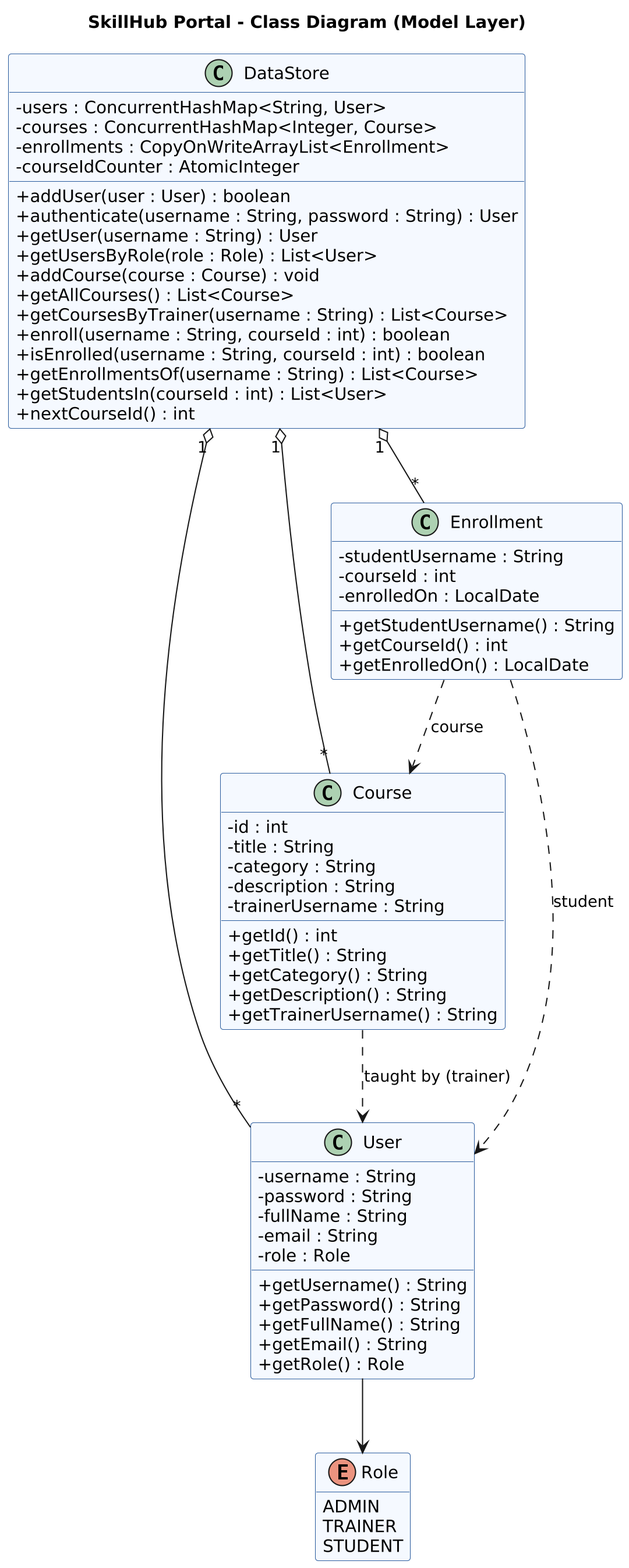
This is project/diagrams/03_class_diagram.png from pamodmalith/skill-hub, a PlantUML export, as it was before one commit. The source it was exported from:
```plantuml
@startuml
skinparamlocked defaultFontName Arial
skinparamlocked dpi 200
title SkillHub Portal - Class Diagram (Model Layer)
skinparam shadowing false
skinparam classAttributeIconSize 0
skinparam class {
  BackgroundColor #F5F9FF
  BorderColor #2B5C9E
}
hide empty members

enum Role {
  ADMIN
  TRAINER
  STUDENT
}

class User {
  - username : String
  - password : String
  - fullName : String
  - email : String
  - role : Role
  + getUsername() : String
  + getPassword() : String
  + getFullName() : String
  + getEmail() : String
  + getRole() : Role
}

class Course {
  - id : int
  - title : String
  - category : String
  - description : String
  - trainerUsername : String
  + getId() : int
  + getTitle() : String
  + getCategory() : String
  + getDescription() : String
  + getTrainerUsername() : String
}

class Enrollment {
  - studentUsername : String
  - courseId : int
  - enrolledOn : LocalDate
  + getStudentUsername() : String
  + getCourseId() : int
  + getEnrolledOn() : LocalDate
}

class DataStore {
  - users : ConcurrentHashMap<String, User>
  - courses : ConcurrentHashMap<Integer, Course>
  - enrollments : CopyOnWriteArrayList<Enrollment>
  - courseIdCounter : AtomicInteger
  + addUser(user : User) : boolean
  + authenticate(username : String, password : String) : User
  + getUser(username : String) : User
  + getUsersByRole(role : Role) : List<User>
  + addCourse(course : Course) : void
  + getAllCourses() : List<Course>
  + getCoursesByTrainer(username : String) : List<Course>
  + enroll(username : String, courseId : int) : boolean
  + isEnrolled(username : String, courseId : int) : boolean
  + getEnrollmentsOf(username : String) : List<Course>
  + getStudentsIn(courseId : int) : List<User>
  + nextCourseId() : int
}

User --> Role
DataStore "1" o-- "*" User
DataStore "1" o-- "*" Course
DataStore "1" o-- "*" Enrollment
Course ..> User : taught by (trainer)
Enrollment ..> User : student
Enrollment ..> Course : course
@enduml
```
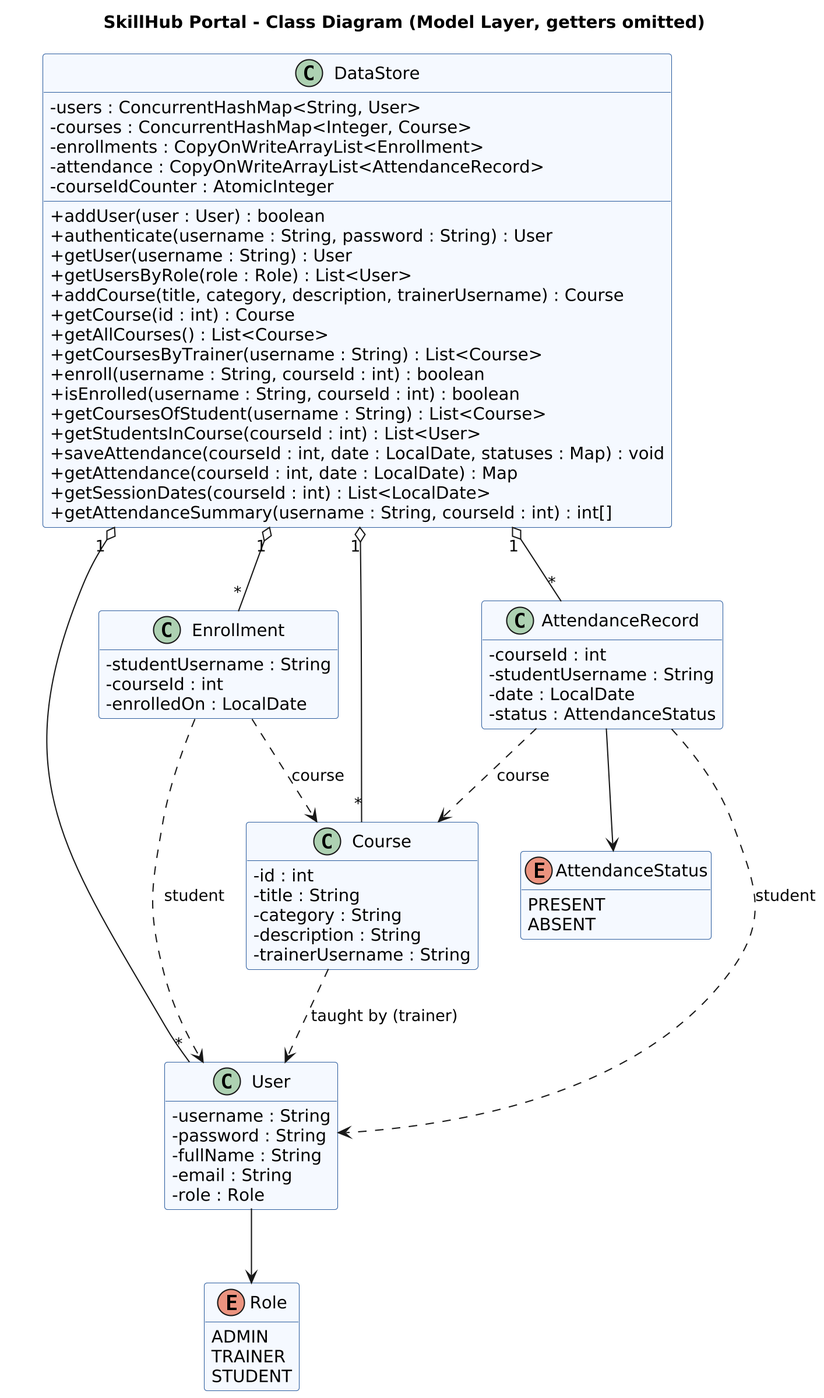
After the change.

Commit message:
Enhance SkillHub project report and diagrams

Change to the diagram source:
```diff
@@ -1,7 +1,6 @@
 @startuml
-skinparamlocked defaultFontName Arial
 skinparamlocked dpi 200
-title SkillHub Portal - Class Diagram (Model Layer)
+title SkillHub Portal - Class Diagram (Model Layer, getters omitted)
 skinparam shadowing false
 skinparam classAttributeIconSize 0
 skinparam class {
@@ -16,17 +15,17 @@
   STUDENT
 }
 
+enum AttendanceStatus {
+  PRESENT
+  ABSENT
+}
+
 class User {
   - username : String
   - password : String
   - fullName : String
   - email : String
   - role : Role
-  + getUsername() : String
-  + getPassword() : String
-  + getFullName() : String
-  + getEmail() : String
-  + getRole() : Role
 }
 
 class Course {
@@ -35,46 +34,54 @@
   - category : String
   - description : String
   - trainerUsername : String
-  + getId() : int
-  + getTitle() : String
-  + getCategory() : String
-  + getDescription() : String
-  + getTrainerUsername() : String
 }
 
 class Enrollment {
   - studentUsername : String
   - courseId : int
   - enrolledOn : LocalDate
-  + getStudentUsername() : String
-  + getCourseId() : int
-  + getEnrolledOn() : LocalDate
+}
+
+class AttendanceRecord {
+  - courseId : int
+  - studentUsername : String
+  - date : LocalDate
+  - status : AttendanceStatus
 }
 
 class DataStore {
   - users : ConcurrentHashMap<String, User>
   - courses : ConcurrentHashMap<Integer, Course>
   - enrollments : CopyOnWriteArrayList<Enrollment>
+  - attendance : CopyOnWriteArrayList<AttendanceRecord>
   - courseIdCounter : AtomicInteger
   + addUser(user : User) : boolean
   + authenticate(username : String, password : String) : User
   + getUser(username : String) : User
   + getUsersByRole(role : Role) : List<User>
-  + addCourse(course : Course) : void
+  + addCourse(title, category, description, trainerUsername) : Course
+  + getCourse(id : int) : Course
   + getAllCourses() : List<Course>
   + getCoursesByTrainer(username : String) : List<Course>
   + enroll(username : String, courseId : int) : boolean
   + isEnrolled(username : String, courseId : int) : boolean
-  + getEnrollmentsOf(username : String) : List<Course>
-  + getStudentsIn(courseId : int) : List<User>
-  + nextCourseId() : int
+  + getCoursesOfStudent(username : String) : List<Course>
+  + getStudentsInCourse(courseId : int) : List<User>
+  + saveAttendance(courseId : int, date : LocalDate, statuses : Map) : void
+  + getAttendance(courseId : int, date : LocalDate) : Map
+  + getSessionDates(courseId : int) : List<LocalDate>
+  + getAttendanceSummary(username : String, courseId : int) : int[]
 }
 
 User --> Role
+AttendanceRecord --> AttendanceStatus
 DataStore "1" o-- "*" User
 DataStore "1" o-- "*" Course
 DataStore "1" o-- "*" Enrollment
+DataStore "1" o-- "*" AttendanceRecord
 Course ..> User : taught by (trainer)
 Enrollment ..> User : student
 Enrollment ..> Course : course
+AttendanceRecord ..> Course : course
+AttendanceRecord ..> User : student
 @enduml
```
